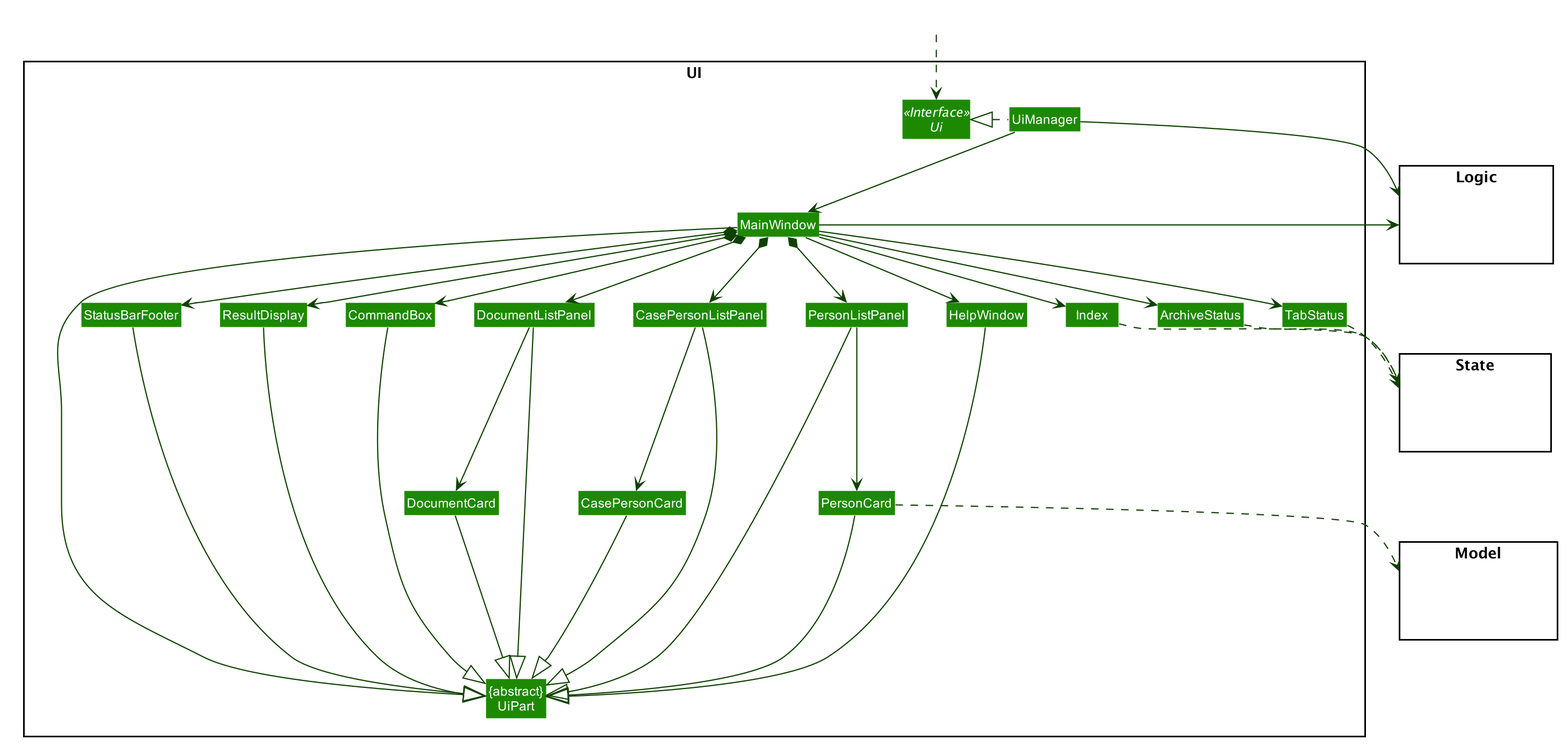
This is docs/images/UiClassDiagram.png from nus-cs2103-AY2021S1/tp, a PlantUML export, as it was before one commit. The source it was exported from:
```plantuml
@startuml









skinparam BackgroundColor #FFFFFFF

skinparam Shadowing false

skinparam Class {
    FontColor #FFFFFF
    BorderThickness 1
    BorderColor #FFFFFF
    StereotypeFontColor #FFFFFF
    FontName Arial
}

skinparam Actor {
    BorderColor #000000
    Color #000000
    FontName Arial
}

skinparam Sequence {
    MessageAlign center
    BoxFontSize 15
    BoxPadding 0
    BoxFontColor #FFFFFF
    FontName Arial
}

skinparam Participant {
    FontColor #FFFFFFF
    Padding 20
}

skinparam MinClassWidth 50
skinparam ParticipantPadding 10
skinparam Shadowing false
skinparam DefaultTextAlignment center
skinparam packageStyle Rectangle

hide footbox
hide empty members
hide circle
skinparam arrowThickness 1.1
skinparam arrowColor #0E4100
skinparam classBackgroundColor #1D8900

package UI <<Rectangle>>{
Interface Ui <<Interface>>
Class "{abstract}\nUiPart" as UiPart
Class UiManager
Class MainWindow
Class HelpWindow
Class ResultDisplay
Class PersonListPanel
Class PersonCard
Class StatusBarFooter
Class CommandBox
Class DocumentListPanel
Class DocumentCard
Class CasePersonListPanel
Class CasePersonCard
Class Index
Class ArchiveStatus
Class TabStatus
}

package Model <<Rectangle>> {
Class HiddenModel #FFFFFF
}

package Logic <<Rectangle>> {
Class HiddenLogic #FFFFFF
}

package State <<Rectangle>> {
Class HiddenState #FFFFFF
}

Class HiddenOutside #FFFFFF
HiddenOutside ..> Ui

UiManager .left.|> Ui
UiManager -down-> MainWindow
MainWindow --> HelpWindow
MainWindow *-down-> CommandBox
MainWindow *-down-> ResultDisplay
MainWindow *-down-> StatusBarFooter
MainWindow *-down-> DocumentListPanel
MainWindow *-down-> CasePersonListPanel
MainWindow *-down-> PersonListPanel


DocumentListPanel -down--> DocumentCard
CasePersonListPanel -down--> CasePersonCard
PersonListPanel -down--> PersonCard

MainWindow -left-|> UiPart

ResultDisplay --|> UiPart
CommandBox --|> UiPart
StatusBarFooter --|> UiPart
HelpWindow --|> UiPart
DocumentListPanel --|> UiPart
DocumentCard ---|> UiPart
CasePersonListPanel --|> UiPart
CasePersonCard ---|> UiPart
PersonListPanel --|> UiPart
PersonCard ---|> UiPart

PersonCard ..> Model
UiManager -right-> Logic
MainWindow -left-> Logic
MainWindow --> Index
MainWindow --> ArchiveStatus
MainWindow --> TabStatus

Index ..> State
ArchiveStatus ..> State
TabStatus ..> State

TabStatus -[hidden]left- ArchiveStatus
ArchiveStatus -[hidden]left- Index
Index -[hidden]left- HelpWindow
HelpWindow -[hidden]left- PersonListPanel
PersonListPanel -[hidden]left- CasePersonListPanel
CasePersonListPanel -[hidden]left- DocumentListPanel
DocumentListPanel -[hidden]left- CommandBox
CommandBox -[hidden]left- ResultDisplay
ResultDisplay -[hidden]left- StatusBarFooter


MainWindow -[hidden]-|> UiPart
@enduml
```
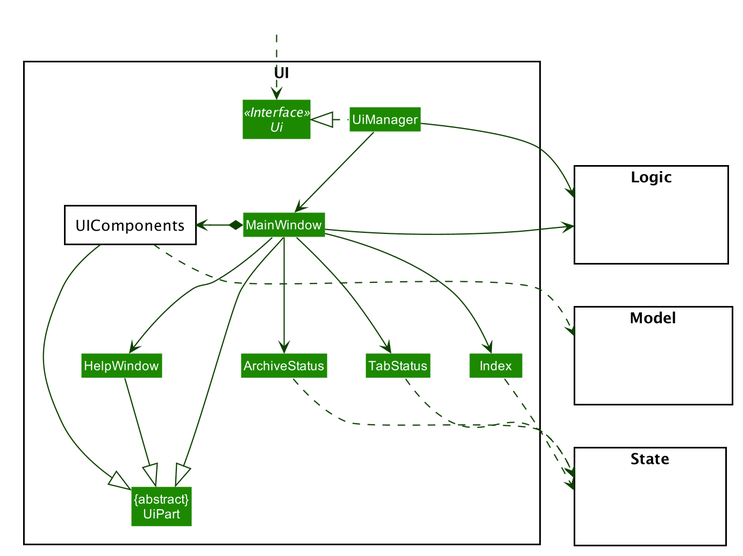
After the change.

The edit, as a diff of the source:
```diff
@@ -58,18 +58,13 @@
 Class UiManager
 Class MainWindow
 Class HelpWindow
-Class ResultDisplay
-Class PersonListPanel
-Class PersonCard
-Class StatusBarFooter
-Class CommandBox
-Class DocumentListPanel
-Class DocumentCard
-Class CasePersonListPanel
-Class CasePersonCard
 Class Index
 Class ArchiveStatus
 Class TabStatus
+
+package UIComponents <<Rectangle>> {
+}
+
 }
 
 package Model <<Rectangle>> {
@@ -89,53 +84,33 @@
 
 UiManager .left.|> Ui
 UiManager -down-> MainWindow
-MainWindow --> HelpWindow
-MainWindow *-down-> CommandBox
-MainWindow *-down-> ResultDisplay
-MainWindow *-down-> StatusBarFooter
-MainWindow *-down-> DocumentListPanel
-MainWindow *-down-> CasePersonListPanel
-MainWindow *-down-> PersonListPanel
 
-
-DocumentListPanel -down--> DocumentCard
-CasePersonListPanel -down--> CasePersonCard
-PersonListPanel -down--> PersonCard
+UiManager -right-> Logic
+MainWindow -right-> Logic
 
 MainWindow -left-|> UiPart
 
-ResultDisplay --|> UiPart
-CommandBox --|> UiPart
-StatusBarFooter --|> UiPart
+TabStatus -[hidden]left- ArchiveStatus
+ArchiveStatus -[hidden]left- Index
+Index -[hidden]left- HelpWindow
+HelpWindow -[hidden]left- UIComponents
+
+MainWindow --> HelpWindow
 HelpWindow --|> UiPart
-DocumentListPanel --|> UiPart
-DocumentCard ---|> UiPart
-CasePersonListPanel --|> UiPart
-CasePersonCard ---|> UiPart
-PersonListPanel --|> UiPart
-PersonCard ---|> UiPart
 
-PersonCard ..> Model
-UiManager -right-> Logic
-MainWindow -left-> Logic
+MainWindow *-left-> UIComponents
+UIComponents --|> UiPart
+
+MainWindow -[hidden]-|> UiPart
+
 MainWindow --> Index
 MainWindow --> ArchiveStatus
 MainWindow --> TabStatus
 
-Index ..> State
-ArchiveStatus ..> State
-TabStatus ..> State
+Index .down.> State
+ArchiveStatus .down.> State
+TabStatus .down.> State
 
-TabStatus -[hidden]left- ArchiveStatus
-ArchiveStatus -[hidden]left- Index
-Index -[hidden]left- HelpWindow
-HelpWindow -[hidden]left- PersonListPanel
-PersonListPanel -[hidden]left- CasePersonListPanel
-CasePersonListPanel -[hidden]left- DocumentListPanel
-DocumentListPanel -[hidden]left- CommandBox
-CommandBox -[hidden]left- ResultDisplay
-ResultDisplay -[hidden]left- StatusBarFooter
+UIComponents .down.> Model
 
-
-MainWindow -[hidden]-|> UiPart
 @enduml
```
